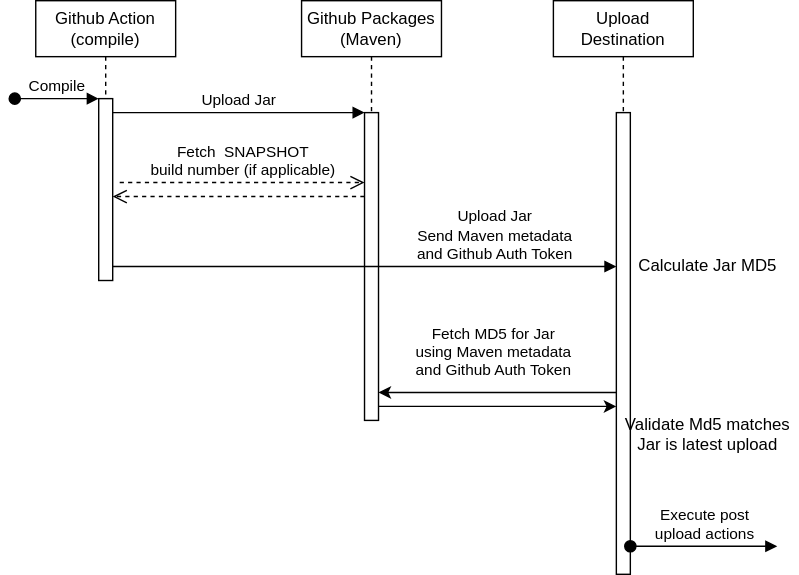
Earlier version of the draw.io export requests.drawio.svg (stevenrskelton/build-action-file-receiver). Source tidied: cells renumbered, new cells last; positions are measured from the earlier drawing's top-left corner, leaving out a move shared by most shapes. Source of this version:
```xml
<mxGraphModel>
  <root>
    <mxCell id="0" />
    <mxCell id="1" parent="0" />
    <mxCell id="2" value="Github Action&lt;br&gt;(compile)" style="shape=umlLifeline;perimeter=lifelinePerimeter;whiteSpace=wrap;html=1;newEdgeStyle={&quot;edgeStyle&quot;:&quot;elbowEdgeStyle&quot;,&quot;elbow&quot;:&quot;vertical&quot;,&quot;curved&quot;:0,&quot;rounded&quot;:0};" parent="1" vertex="1">
      <mxGeometry x="15" width="100" height="200" as="geometry" />
    </mxCell>
    <mxCell id="3" style="html=1;points=[];perimeter=orthogonalPerimeter;outlineConnect=0;targetShapes=umlLifeline;portConstraint=eastwest;newEdgeStyle={&quot;edgeStyle&quot;:&quot;elbowEdgeStyle&quot;,&quot;elbow&quot;:&quot;vertical&quot;,&quot;curved&quot;:0,&quot;rounded&quot;:0};" parent="2" vertex="1">
      <mxGeometry x="45" y="70" width="10" height="130" as="geometry" />
    </mxCell>
    <mxCell id="4" value="Compile" style="html=1;verticalAlign=bottom;startArrow=oval;endArrow=block;startSize=8;edgeStyle=elbowEdgeStyle;elbow=vertical;curved=0;rounded=0;" parent="2" edge="1" target="3">
      <mxGeometry relative="1" as="geometry">
        <mxPoint x="-15" y="70" as="sourcePoint" />
      </mxGeometry>
    </mxCell>
    <mxCell id="5" value="Github Packages&lt;br&gt;(Maven)" style="shape=umlLifeline;perimeter=lifelinePerimeter;whiteSpace=wrap;html=1;newEdgeStyle={&quot;edgeStyle&quot;:&quot;elbowEdgeStyle&quot;,&quot;elbow&quot;:&quot;vertical&quot;,&quot;curved&quot;:0,&quot;rounded&quot;:0};" parent="1" vertex="1">
      <mxGeometry x="205" width="100" height="300" as="geometry" />
    </mxCell>
    <mxCell id="6" style="html=1;points=[];perimeter=orthogonalPerimeter;outlineConnect=0;targetShapes=umlLifeline;portConstraint=eastwest;newEdgeStyle={&quot;edgeStyle&quot;:&quot;elbowEdgeStyle&quot;,&quot;elbow&quot;:&quot;vertical&quot;,&quot;curved&quot;:0,&quot;rounded&quot;:0};" parent="5" vertex="1">
      <mxGeometry x="45" y="80" width="10" height="220" as="geometry" />
    </mxCell>
    <mxCell id="7" value="Upload Jar" style="html=1;verticalAlign=bottom;endArrow=block;edgeStyle=elbowEdgeStyle;elbow=vertical;curved=0;rounded=0;" parent="1" edge="1" source="3" target="6">
      <mxGeometry relative="1" as="geometry">
        <Array as="points">
          <mxPoint x="165" y="80" />
        </Array>
      </mxGeometry>
    </mxCell>
    <mxCell id="8" style="html=1;verticalAlign=bottom;endArrow=open;dashed=1;endSize=8;edgeStyle=elbowEdgeStyle;elbow=vertical;curved=0;rounded=0;" parent="1" edge="1" source="6" target="3">
      <mxGeometry relative="1" as="geometry">
        <Array as="points">
          <mxPoint x="195" y="140" />
          <mxPoint x="155" y="160" />
          <mxPoint x="225" y="140" />
          <mxPoint x="175" y="240" />
        </Array>
      </mxGeometry>
    </mxCell>
    <mxCell id="9" value="Fetch&amp;nbsp; SNAPSHOT&lt;br&gt;build number (if applicable)" style="html=1;verticalAlign=bottom;endArrow=open;dashed=1;endSize=8;edgeStyle=elbowEdgeStyle;elbow=vertical;curved=0;rounded=0;" parent="1" edge="1" target="6">
      <mxGeometry relative="1" as="geometry">
        <mxPoint x="75" y="130" as="sourcePoint" />
        <Array as="points">
          <mxPoint x="195" y="130" />
          <mxPoint x="235" y="110" />
          <mxPoint x="165" y="190" />
        </Array>
      </mxGeometry>
    </mxCell>
    <mxCell id="10" value="Upload Destination" style="shape=umlLifeline;perimeter=lifelinePerimeter;whiteSpace=wrap;html=1;newEdgeStyle={&quot;edgeStyle&quot;:&quot;elbowEdgeStyle&quot;,&quot;elbow&quot;:&quot;vertical&quot;,&quot;curved&quot;:0,&quot;rounded&quot;:0};" parent="1" vertex="1">
      <mxGeometry x="385" width="100" height="410" as="geometry" />
    </mxCell>
    <mxCell id="11" style="html=1;points=[];perimeter=orthogonalPerimeter;outlineConnect=0;targetShapes=umlLifeline;portConstraint=eastwest;newEdgeStyle={&quot;edgeStyle&quot;:&quot;elbowEdgeStyle&quot;,&quot;elbow&quot;:&quot;vertical&quot;,&quot;curved&quot;:0,&quot;rounded&quot;:0};" parent="10" vertex="1">
      <mxGeometry x="45" y="80" width="10" height="330" as="geometry" />
    </mxCell>
    <mxCell id="12" value="Upload Jar&lt;br&gt;Send Maven metadata&lt;br&gt;and Github Auth Token" style="html=1;verticalAlign=bottom;endArrow=block;edgeStyle=elbowEdgeStyle;elbow=vertical;curved=0;rounded=0;" parent="1" edge="1" source="3" target="11">
      <mxGeometry x="0.51" relative="1" as="geometry">
        <Array as="points">
          <mxPoint x="160" y="190" />
        </Array>
      </mxGeometry>
    </mxCell>
    <mxCell id="13" style="endArrow=classic;html=1;rounded=0;" parent="1" edge="1" source="11" target="6">
      <mxGeometry relative="1" as="geometry">
        <Array as="points">
          <mxPoint x="405" y="280" />
          <mxPoint x="345" y="280" />
          <mxPoint x="285" y="280" />
        </Array>
      </mxGeometry>
    </mxCell>
    <mxCell id="14" value="Fetch MD5 for Jar&lt;br&gt;using Maven metadata&lt;br&gt;and Github Auth Token" style="edgeLabel;html=1;align=center;verticalAlign=middle;" parent="13" vertex="1">
      <mxGeometry x="-0.08" y="-1" relative="1" as="geometry">
        <mxPoint x="-11" y="-29" as="offset" />
      </mxGeometry>
    </mxCell>
    <mxCell id="15" value="Calculate Jar MD5" style="text;html=1;align=center;verticalAlign=middle;strokeColor=none;fillColor=none;" parent="1" vertex="1">
      <mxGeometry x="440" y="175" width="110" height="30" as="geometry" />
    </mxCell>
    <mxCell id="16" style="endArrow=classic;html=1;rounded=0;" parent="1" edge="1" source="6" target="11">
      <mxGeometry relative="1" as="geometry">
        <Array as="points">
          <mxPoint x="405" y="290" />
        </Array>
      </mxGeometry>
    </mxCell>
    <mxCell id="17" value="Validate Md5 matches&lt;br&gt; Jar is latest upload" style="text;html=1;align=center;verticalAlign=middle;strokeColor=none;fillColor=none;" parent="1" vertex="1">
      <mxGeometry x="430" y="290" width="130" height="40" as="geometry" />
    </mxCell>
    <mxCell id="18" value="Execute post&lt;br&gt;upload actions" style="html=1;verticalAlign=bottom;startArrow=oval;endArrow=block;startSize=8;edgeStyle=elbowEdgeStyle;elbow=vertical;curved=0;rounded=0;" parent="1" edge="1">
      <mxGeometry relative="1" as="geometry">
        <mxPoint x="440" y="390" as="sourcePoint" />
        <mxPoint x="545" y="390" as="targetPoint" />
      </mxGeometry>
    </mxCell>
  </root>
</mxGraphModel>
```
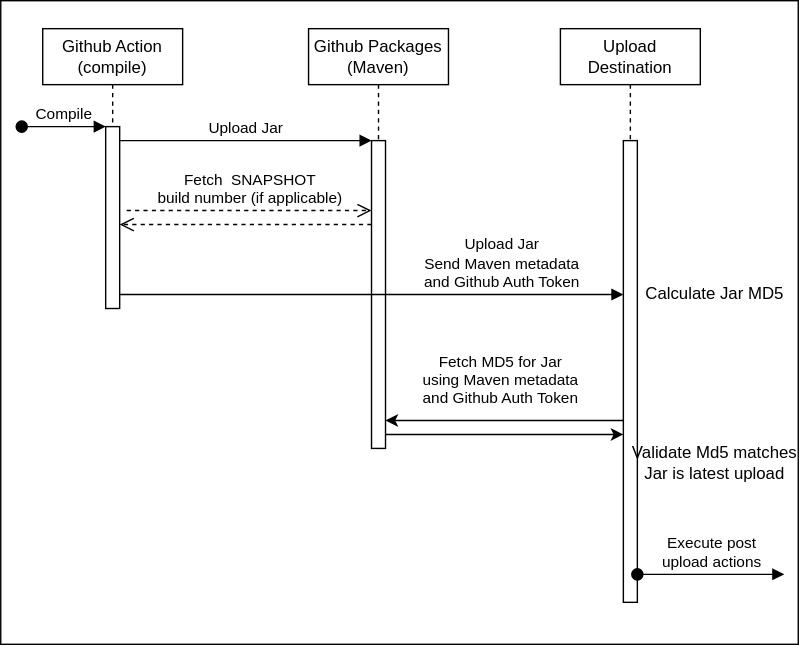
After the commit.

Change to the diagram source:
```diff
@@ -2,6 +2,9 @@
   <root>
     <mxCell id="0" />
     <mxCell id="1" parent="0" />
+    <mxCell id="19" style="rounded=0;whiteSpace=wrap;html=1;" parent="1" vertex="1">
+      <mxGeometry x="-15" y="-20" width="570" height="460" as="geometry" />
+    </mxCell>
     <mxCell id="2" value="Github Action&lt;br&gt;(compile)" style="shape=umlLifeline;perimeter=lifelinePerimeter;whiteSpace=wrap;html=1;newEdgeStyle={&quot;edgeStyle&quot;:&quot;elbowEdgeStyle&quot;,&quot;elbow&quot;:&quot;vertical&quot;,&quot;curved&quot;:0,&quot;rounded&quot;:0};" parent="1" vertex="1">
       <mxGeometry x="15" width="100" height="200" as="geometry" />
     </mxCell>
```
